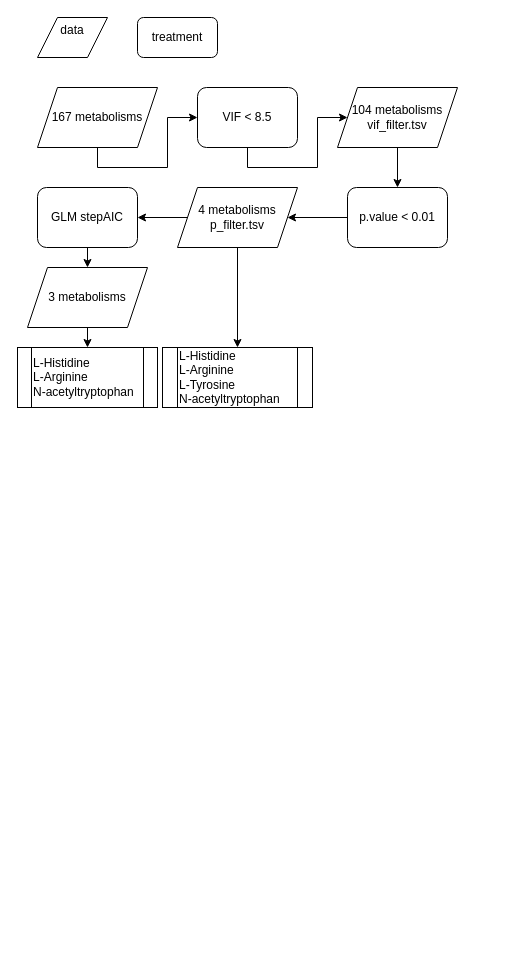
Above: Proj-Hearing-Loss-and-ANX.drawio in artefaritaKuniklo/draw.io-graph (draw.io), before the change. Source tidied: cells renumbered, new cells numbered last; positions are measured from the earlier drawing's top-left corner, leaving out a move shared by most shapes. Both pictures are drawn from the tidied source at 100%, with x=0, y=0 at pixel (17, 17).
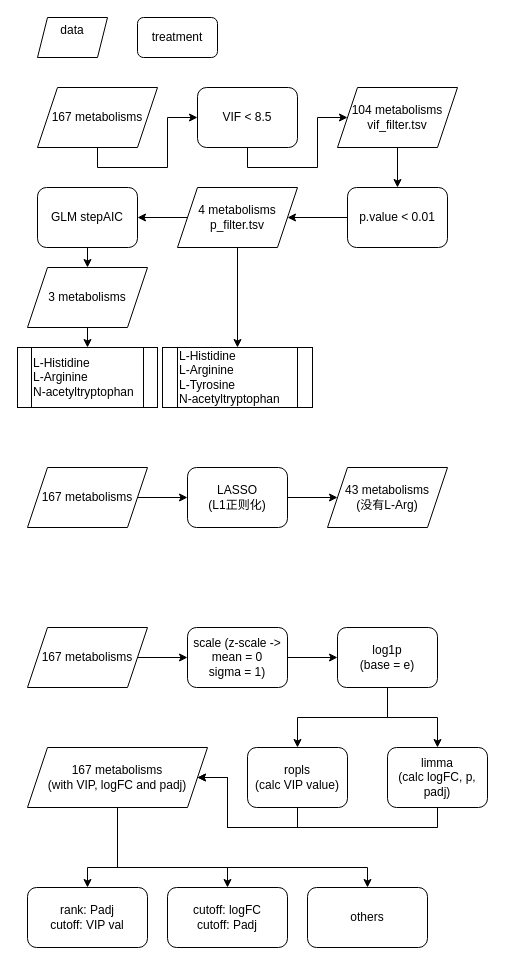
Above is the later version.

Diff of the diagram source:
```diff
@@
-    <mxCell id="19" value="data&lt;div&gt;&lt;br/&gt;&lt;/div&gt;" style="shape=parallelogram;perimeter=parallelogramPerimeter;whiteSpace=wrap;html=1;shapeInside=1;fixedSize=1;" parent="1" vertex="1">
+    <mxCell id="19" value="data&lt;div&gt;&lt;br/&gt;&lt;/div&gt;" style="shape=parallelogram;perimeter=parallelogramPerimeter;whiteSpace=wrap;html=1;shapeInside=1;fixedSize=1;size=10;" parent="1" vertex="1">
       <mxGeometry x="20" width="70" height="40" as="geometry" />
     </mxCell>
@@
+    <mxCell id="21" style="edgeStyle=orthogonalEdgeStyle;rounded=0;jettySize=auto;html=1;exitX=1;exitY=0.5;exitDx=0;exitDy=0;entryX=0;entryY=0.5;entryDx=0;entryDy=0;" parent="1" edge="1" source="22" target="24">
+      <mxGeometry relative="1" as="geometry" />
+    </mxCell>
+    <mxCell id="22" value="167 metabolisms" style="shape=parallelogram;perimeter=parallelogramPerimeter;whiteSpace=wrap;html=1;fixedSize=1;" parent="1" vertex="1">
+      <mxGeometry x="10" y="450" width="120" height="60" as="geometry" />
+    </mxCell>
+    <mxCell id="23" style="edgeStyle=orthogonalEdgeStyle;rounded=0;jettySize=auto;html=1;exitX=1;exitY=0.5;exitDx=0;exitDy=0;entryX=0;entryY=0.5;entryDx=0;entryDy=0;" parent="1" edge="1" source="24" target="25">
+      <mxGeometry relative="1" as="geometry" />
+    </mxCell>
+    <mxCell id="24" value="LASSO&lt;br&gt;(L1正则化)" style="rounded=1;whiteSpace=wrap;html=1;" parent="1" vertex="1">
+      <mxGeometry x="170" y="450" width="100" height="60" as="geometry" />
+    </mxCell>
+    <mxCell id="25" value="43 metabolisms&lt;br&gt;(没有L-Arg)" style="shape=parallelogram;perimeter=parallelogramPerimeter;whiteSpace=wrap;html=1;fixedSize=1;" parent="1" vertex="1">
+      <mxGeometry x="310" y="450" width="120" height="60" as="geometry" />
+    </mxCell>
+    <mxCell id="26" style="edgeStyle=orthogonalEdgeStyle;rounded=0;jettySize=auto;html=1;exitX=1;exitY=0.5;exitDx=0;exitDy=0;entryX=0;entryY=0.5;entryDx=0;entryDy=0;" parent="1" edge="1" source="27" target="29">
+      <mxGeometry relative="1" as="geometry" />
+    </mxCell>
+    <mxCell id="27" value="167 metabolisms" style="shape=parallelogram;perimeter=parallelogramPerimeter;whiteSpace=wrap;html=1;fixedSize=1;" parent="1" vertex="1">
+      <mxGeometry x="10" y="610" width="120" height="60" as="geometry" />
+    </mxCell>
+    <mxCell id="28" style="edgeStyle=orthogonalEdgeStyle;rounded=0;jettySize=auto;html=1;exitX=1;exitY=0.5;exitDx=0;exitDy=0;entryX=0;entryY=0.5;entryDx=0;entryDy=0;" parent="1" edge="1" source="29" target="32">
+      <mxGeometry relative="1" as="geometry" />
+    </mxCell>
+    <mxCell id="29" value="scale (z-scale -&amp;gt;&lt;br&gt;mean = 0&lt;br&gt;sigma = 1)" style="rounded=1;whiteSpace=wrap;html=1;" parent="1" vertex="1">
+      <mxGeometry x="170" y="610" width="100" height="60" as="geometry" />
+    </mxCell>
+    <mxCell id="30" style="edgeStyle=orthogonalEdgeStyle;rounded=0;jettySize=auto;html=1;exitX=0.5;exitY=1;exitDx=0;exitDy=0;entryX=0.5;entryY=0;entryDx=0;entryDy=0;" parent="1" edge="1" source="32" target="34">
+      <mxGeometry relative="1" as="geometry" />
+    </mxCell>
+    <mxCell id="31" style="edgeStyle=orthogonalEdgeStyle;rounded=0;jettySize=auto;html=1;exitX=0.5;exitY=1;exitDx=0;exitDy=0;entryX=0.5;entryY=0;entryDx=0;entryDy=0;" parent="1" edge="1" source="32" target="36">
+      <mxGeometry relative="1" as="geometry" />
+    </mxCell>
+    <mxCell id="32" value="log1p&lt;br&gt;(base = e)" style="rounded=1;whiteSpace=wrap;html=1;" parent="1" vertex="1">
+      <mxGeometry x="320" y="610" width="100" height="60" as="geometry" />
+    </mxCell>
+    <mxCell id="33" style="edgeStyle=orthogonalEdgeStyle;rounded=0;jettySize=auto;html=1;exitX=0.5;exitY=1;exitDx=0;exitDy=0;entryX=1;entryY=0.5;entryDx=0;entryDy=0;" parent="1" edge="1" source="34" target="40">
+      <mxGeometry relative="1" as="geometry" />
+    </mxCell>
+    <mxCell id="34" value="ropls&lt;br&gt;(calc VIP value)" style="rounded=1;whiteSpace=wrap;html=1;" parent="1" vertex="1">
+      <mxGeometry x="230" y="730" width="100" height="60" as="geometry" />
+    </mxCell>
+    <mxCell id="35" style="edgeStyle=orthogonalEdgeStyle;rounded=0;jettySize=auto;html=1;exitX=0.5;exitY=1;exitDx=0;exitDy=0;entryX=1;entryY=0.5;entryDx=0;entryDy=0;" parent="1" edge="1" source="36" target="40">
+      <mxGeometry relative="1" as="geometry">
+        <Array as="points">
+          <mxPoint x="420" y="810" />
+          <mxPoint x="210" y="810" />
+          <mxPoint x="210" y="760" />
+        </Array>
+      </mxGeometry>
+    </mxCell>
+    <mxCell id="36" value="limma&lt;br&gt;(calc logFC, p, padj)" style="rounded=1;whiteSpace=wrap;html=1;" parent="1" vertex="1">
+      <mxGeometry x="370" y="730" width="100" height="60" as="geometry" />
+    </mxCell>
+    <mxCell id="37" style="edgeStyle=orthogonalEdgeStyle;rounded=0;jettySize=auto;html=1;exitX=0.5;exitY=1;exitDx=0;exitDy=0;entryX=0.5;entryY=0;entryDx=0;entryDy=0;" parent="1" edge="1" source="40" target="41">
+      <mxGeometry relative="1" as="geometry">
+        <Array as="points">
+          <mxPoint x="100" y="850" />
+          <mxPoint x="70" y="850" />
+        </Array>
+      </mxGeometry>
+    </mxCell>
+    <mxCell id="38" style="edgeStyle=orthogonalEdgeStyle;rounded=0;jettySize=auto;html=1;exitX=0.5;exitY=1;exitDx=0;exitDy=0;entryX=0.5;entryY=0;entryDx=0;entryDy=0;" parent="1" edge="1" source="40" target="42">
+      <mxGeometry relative="1" as="geometry">
+        <Array as="points">
+          <mxPoint x="100" y="850" />
+          <mxPoint x="210" y="850" />
+        </Array>
+      </mxGeometry>
+    </mxCell>
+    <mxCell id="39" style="edgeStyle=orthogonalEdgeStyle;rounded=0;jettySize=auto;html=1;exitX=0.5;exitY=1;exitDx=0;exitDy=0;entryX=0.5;entryY=0;entryDx=0;entryDy=0;" parent="1" edge="1" source="40" target="43">
+      <mxGeometry relative="1" as="geometry">
+        <Array as="points">
+          <mxPoint x="100" y="850" />
+          <mxPoint x="350" y="850" />
+        </Array>
+      </mxGeometry>
+    </mxCell>
+    <mxCell id="40" value="167 metabolisms&lt;br&gt;(with VIP, logFC and padj)" style="shape=parallelogram;perimeter=parallelogramPerimeter;whiteSpace=wrap;html=1;fixedSize=1;" parent="1" vertex="1">
+      <mxGeometry x="10" y="730" width="180" height="60" as="geometry" />
+    </mxCell>
+    <mxCell id="41" value="rank: Padj&lt;br&gt;cutoff: VIP val" style="rounded=1;whiteSpace=wrap;html=1;" parent="1" vertex="1">
+      <mxGeometry x="10" y="870" width="120" height="60" as="geometry" />
+    </mxCell>
+    <mxCell id="42" value="cutoff: logFC&lt;br&gt;cutoff: Padj" style="rounded=1;whiteSpace=wrap;html=1;" parent="1" vertex="1">
+      <mxGeometry x="150" y="870" width="120" height="60" as="geometry" />
+    </mxCell>
+    <mxCell id="43" value="others" style="rounded=1;whiteSpace=wrap;html=1;" parent="1" vertex="1">
+      <mxGeometry x="290" y="870" width="120" height="60" as="geometry" />
+    </mxCell>
```
